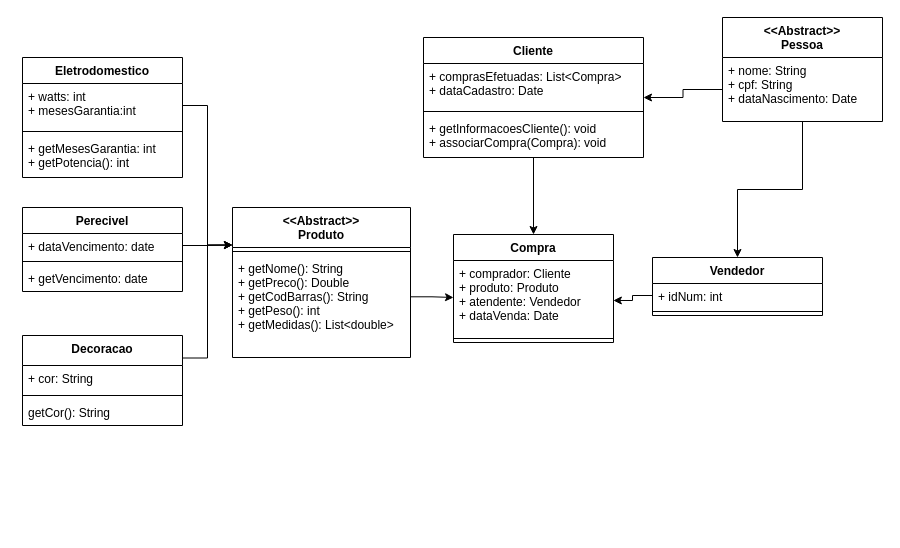
Earlier version of the draw.io diagram ProjetoLP2.drawio (jovi-j/projeto-lp2). Source tidied: cells renumbered, new cells numbered last; positions are measured from the earlier drawing's top-left corner, leaving out a move shared by most shapes. Both pictures are drawn from the tidied source at 100%, with x=0, y=0 at pixel (22, 17).
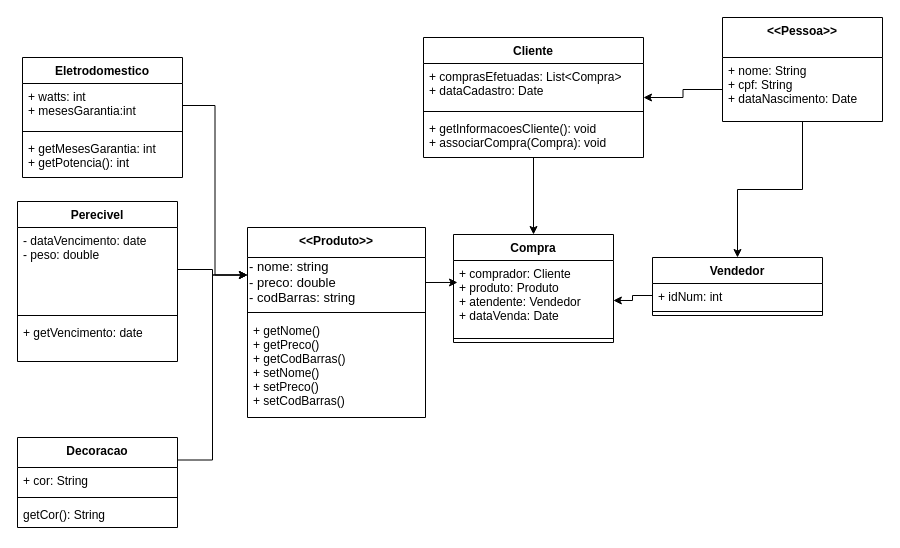
The same page after the edit.

Unchanged cells that the change refers to:
```xml
<mxCell id="19" value="+ comprador: Cliente&#10;+ produto: Produto&#10;+ atendente: Vendedor&#10;+ dataVenda: Date&#10;&#10;&#10;&#10;&#10;" style="text;strokeColor=none;fillColor=none;align=left;verticalAlign=top;spacingLeft=4;spacingRight=4;overflow=hidden;points=[[0,0.5],[1,0.5]];portConstraint=eastwest;" parent="18" vertex="1">
  <mxGeometry y="26" width="160" height="74" as="geometry" />
</mxCell>
```

Diff of the diagram source:
```diff
@@
-    <mxCell id="2" style="edgeStyle=orthogonalEdgeStyle;rounded=0;jettySize=auto;html=1;exitX=1;exitY=0.405;exitDx=0;exitDy=0;entryX=0;entryY=0.5;entryDx=0;entryDy=0;exitPerimeter=0;" parent="1" edge="1" source="5" target="19">
-      <mxGeometry relative="1" as="geometry" />
-    </mxCell>
-    <mxCell id="3" value="&lt;&lt;Abstract&gt;&gt;&#10;Produto" style="swimlane;fontStyle=1;align=center;verticalAlign=top;horizontal=1;startSize=40;" parent="1" vertex="1">
-      <mxGeometry x="210" y="190" width="178" height="150" as="geometry" />
+    <mxCell id="3" value="&lt;&lt;Produto&gt;&gt;" style="swimlane;fontStyle=1;align=center;verticalAlign=top;horizontal=1;startSize=30;" parent="1" vertex="1">
+      <mxGeometry x="225" y="210" width="178" height="190" as="geometry" />
     </mxCell>
+    <mxCell id="37" value="- nome: string&lt;br&gt;- preco: double&lt;br&gt;- codBarras: string" style="text;html=1;strokeColor=none;fillColor=none;align=left;verticalAlign=middle;whiteSpace=wrap;rounded=0;fontSize=13;" parent="3" vertex="1">
+      <mxGeometry y="30" width="178" height="50" as="geometry" />
+    </mxCell>
     <mxCell id="4" style="line;strokeWidth=1;fillColor=none;align=left;verticalAlign=middle;spacingTop=-1;spacingLeft=3;spacingRight=3;labelPosition=right;strokeColor=inherit;" parent="3" vertex="1">
-      <mxGeometry y="40" width="178" height="8" as="geometry" />
+      <mxGeometry y="80" width="178" height="10" as="geometry" />
     </mxCell>
-    <mxCell id="5" value="+ getNome(): String&#10;+ getPreco(): Double&#10;+ getCodBarras(): String&#10;+ getPeso(): int&#10;+ getMedidas(): List&lt;double&gt;" style="text;strokeColor=none;fillColor=none;align=left;verticalAlign=top;spacingLeft=4;spacingRight=4;overflow=hidden;points=[[0,0.5],[1,0.5]];portConstraint=eastwest;" parent="3" vertex="1">
-      <mxGeometry y="48" width="178" height="102" as="geometry" />
+    <mxCell id="5" value="+ getNome()&#10;+ getPreco()&#10;+ getCodBarras()&#10;+ setNome()&#10;+ setPreco()&#10;+ setCodBarras() " style="text;strokeColor=none;fillColor=none;align=left;verticalAlign=top;spacingLeft=4;spacingRight=4;overflow=hidden;points=[[0,0.5],[1,0.5]];portConstraint=eastwest;" parent="3" vertex="1">
+      <mxGeometry y="90" width="178" height="100" as="geometry" />
     </mxCell>
@@
     <mxCell id="9" value="Decoracao" style="swimlane;fontStyle=1;align=center;verticalAlign=top;horizontal=1;startSize=30;" parent="1" vertex="1">
-      <mxGeometry y="318" width="160" height="90" as="geometry" />
+      <mxGeometry x="-5" y="420" width="160" height="90" as="geometry" />
     </mxCell>
@@
     <mxCell id="25" value="Perecivel" style="swimlane;fontStyle=1;align=center;verticalAlign=top;horizontal=1;startSize=26;" parent="1" vertex="1">
-      <mxGeometry y="190" width="160" height="84" as="geometry" />
+      <mxGeometry x="-5" y="184" width="160" height="160" as="geometry" />
     </mxCell>
-    <mxCell id="26" value="+ dataVencimento: date&#10;" style="text;strokeColor=none;fillColor=none;align=left;verticalAlign=top;spacingLeft=4;spacingRight=4;overflow=hidden;points=[[0,0.5],[1,0.5]];portConstraint=eastwest;" parent="25" vertex="1">
-      <mxGeometry y="26" width="160" height="24" as="geometry" />
+    <mxCell id="26" value="- dataVencimento: date&#10;- peso: double&#10;" style="text;strokeColor=none;fillColor=none;align=left;verticalAlign=top;spacingLeft=4;spacingRight=4;overflow=hidden;points=[[0,0.5],[1,0.5]];portConstraint=eastwest;" parent="25" vertex="1">
+      <mxGeometry y="26" width="160" height="84" as="geometry" />
     </mxCell>
     <mxCell id="27" style="line;strokeWidth=1;fillColor=none;align=left;verticalAlign=middle;spacingTop=-1;spacingLeft=3;spacingRight=3;labelPosition=right;strokeColor=inherit;" parent="25" vertex="1">
-      <mxGeometry y="50" width="160" height="8" as="geometry" />
+      <mxGeometry y="110" width="160" height="8" as="geometry" />
     </mxCell>
     <mxCell id="28" value="+ getVencimento: date" style="text;strokeColor=none;fillColor=none;align=left;verticalAlign=top;spacingLeft=4;spacingRight=4;overflow=hidden;" parent="25" vertex="1">
-      <mxGeometry y="58" width="160" height="26" as="geometry" />
+      <mxGeometry y="118" width="160" height="42" as="geometry" />
     </mxCell>
@@
-    <mxCell id="30" value="&lt;&lt;Abstract&gt;&gt;&#10;Pessoa" style="swimlane;fontStyle=1;align=center;verticalAlign=top;horizontal=1;startSize=40;" parent="1" vertex="1">
+    <mxCell id="30" value="&lt;&lt;Pessoa&gt;&gt;&#10;" style="swimlane;fontStyle=1;align=center;verticalAlign=top;horizontal=1;startSize=40;" parent="1" vertex="1">
       <mxGeometry x="700" width="160" height="104" as="geometry" />
     </mxCell>
@@
+    <mxCell id="38" style="endArrow=classic;html=1;rounded=0;fontSize=13;exitX=1;exitY=0.5;exitDx=0;exitDy=0;entryX=0.025;entryY=0.297;entryDx=0;entryDy=0;entryPerimeter=0;" parent="1" edge="1" source="37" target="19">
+      <mxGeometry relative="1" as="geometry" />
+    </mxCell>
```
